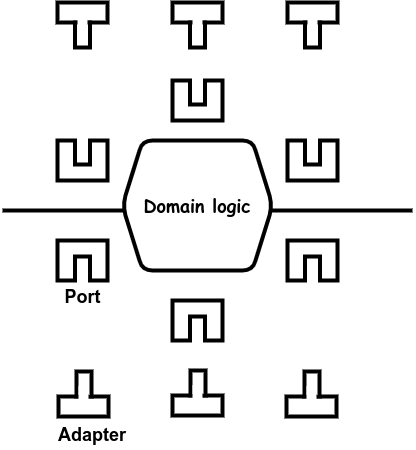
The draw.io diagram images/ports-and-adapters.drawio.png in garfix/architectural-patterns, before a commit. Source tidied: cells renumbered, new cells last; positions are measured from the earlier drawing's top-left corner, leaving out a move shared by most shapes. Source of this version:
```xml
<mxGraphModel>
  <root>
    <mxCell id="0" />
    <mxCell id="1" parent="0" />
    <mxCell id="2" style="endArrow=none;html=1;rounded=0;strokeWidth=4;" parent="1" edge="1">
      <mxGeometry relative="1" as="geometry">
        <mxPoint y="208" as="sourcePoint" />
        <mxPoint x="410" y="208" as="targetPoint" />
      </mxGeometry>
    </mxCell>
    <mxCell id="3" value="&lt;font style=&quot;font-size: 18px;&quot; face=&quot;Comic Sans MS&quot;&gt;&lt;b&gt;Domain logic&lt;/b&gt;&lt;/font&gt;" style="shape=hexagon;perimeter=hexagonPerimeter2;whiteSpace=wrap;html=1;fixedSize=1;rounded=1;strokeWidth=4;fontSize=18;" parent="1" vertex="1">
      <mxGeometry x="120" y="138" width="150" height="130" as="geometry" />
    </mxCell>
    <mxCell id="4" value="Port" style="verticalLabelPosition=bottom;html=1;verticalAlign=top;strokeWidth=4;shape=mxgraph.lean_mapping.work_cell;rotation=0;fontSize=18;fontStyle=1;" parent="1" vertex="1">
      <mxGeometry x="55" y="238" width="50" height="40" as="geometry" />
    </mxCell>
    <mxCell id="5" style="verticalLabelPosition=bottom;html=1;verticalAlign=top;strokeWidth=4;shape=mxgraph.lean_mapping.work_cell;rotation=0;fontSize=18;fontStyle=1;" parent="1" vertex="1">
      <mxGeometry x="170" y="298" width="50" height="40" as="geometry" />
    </mxCell>
    <mxCell id="6" style="verticalLabelPosition=bottom;html=1;verticalAlign=top;strokeWidth=4;shape=mxgraph.lean_mapping.work_cell;rotation=0;fontSize=18;fontStyle=1;" parent="1" vertex="1">
      <mxGeometry x="285" y="238" width="50" height="40" as="geometry" />
    </mxCell>
    <mxCell id="7" style="verticalLabelPosition=bottom;html=1;verticalAlign=top;strokeWidth=4;shape=mxgraph.lean_mapping.work_cell;rotation=-180;fontSize=18;fontStyle=1;" parent="1" vertex="1">
      <mxGeometry x="55" y="138" width="50" height="40" as="geometry" />
    </mxCell>
    <mxCell id="8" style="verticalLabelPosition=bottom;html=1;verticalAlign=top;strokeWidth=4;shape=mxgraph.lean_mapping.work_cell;rotation=-180;fontSize=18;fontStyle=1;" parent="1" vertex="1">
      <mxGeometry x="170" y="78" width="50" height="40" as="geometry" />
    </mxCell>
    <mxCell id="9" style="verticalLabelPosition=bottom;html=1;verticalAlign=top;strokeWidth=4;shape=mxgraph.lean_mapping.work_cell;rotation=-180;fontSize=18;fontStyle=1;" parent="1" vertex="1">
      <mxGeometry x="285" y="138" width="50" height="40" as="geometry" />
    </mxCell>
    <mxCell id="10" style="rounded=0;whiteSpace=wrap;html=1;strokeWidth=4;" parent="1" vertex="1">
      <mxGeometry x="55" width="50" height="20" as="geometry" />
    </mxCell>
    <mxCell id="11" style="rounded=0;whiteSpace=wrap;html=1;strokeWidth=4;comic=0;" parent="1" vertex="1">
      <mxGeometry x="72.5" y="20" width="15" height="25" as="geometry" />
    </mxCell>
    <mxCell id="12" style="rounded=0;whiteSpace=wrap;html=1;strokeColor=none;" parent="1" vertex="1">
      <mxGeometry x="75" y="10" width="10" height="20" as="geometry" />
    </mxCell>
    <mxCell id="13" value="&lt;b&gt;&lt;font style=&quot;font-size: 18px;&quot;&gt;Adapter&lt;/font&gt;&lt;/b&gt;" style="text;html=1;strokeColor=none;fillColor=none;align=center;verticalAlign=middle;whiteSpace=wrap;rounded=0;" parent="1" vertex="1">
      <mxGeometry x="60" y="418" width="60" height="30" as="geometry" />
    </mxCell>
    <mxCell id="14" style="group;rotation=-180;" parent="1" vertex="1">
      <mxGeometry x="56" y="369" width="50" height="45" as="geometry" />
    </mxCell>
    <mxCell id="15" style="rounded=0;whiteSpace=wrap;html=1;strokeWidth=4;rotation=-180;" parent="14" vertex="1">
      <mxGeometry y="25" width="50" height="20" as="geometry" />
    </mxCell>
    <mxCell id="16" style="rounded=0;whiteSpace=wrap;html=1;strokeWidth=4;comic=0;rotation=-180;" parent="14" vertex="1">
      <mxGeometry x="18" width="15" height="25" as="geometry" />
    </mxCell>
    <mxCell id="17" style="rounded=0;whiteSpace=wrap;html=1;strokeColor=none;rotation=-180;" parent="14" vertex="1">
      <mxGeometry x="20" y="15" width="10" height="20" as="geometry" />
    </mxCell>
    <mxCell id="18" style="rounded=0;whiteSpace=wrap;html=1;strokeWidth=4;" parent="1" vertex="1">
      <mxGeometry x="170" width="50" height="20" as="geometry" />
    </mxCell>
    <mxCell id="19" style="rounded=0;whiteSpace=wrap;html=1;strokeWidth=4;comic=0;" parent="1" vertex="1">
      <mxGeometry x="187.5" y="20" width="15" height="25" as="geometry" />
    </mxCell>
    <mxCell id="20" style="rounded=0;whiteSpace=wrap;html=1;strokeColor=none;" parent="1" vertex="1">
      <mxGeometry x="190" y="10" width="10" height="20" as="geometry" />
    </mxCell>
    <mxCell id="21" style="rounded=0;whiteSpace=wrap;html=1;strokeWidth=4;" parent="1" vertex="1">
      <mxGeometry x="285" width="50" height="20" as="geometry" />
    </mxCell>
    <mxCell id="22" style="rounded=0;whiteSpace=wrap;html=1;strokeWidth=4;comic=0;" parent="1" vertex="1">
      <mxGeometry x="302.5" y="20" width="15" height="25" as="geometry" />
    </mxCell>
    <mxCell id="23" style="rounded=0;whiteSpace=wrap;html=1;strokeColor=none;" parent="1" vertex="1">
      <mxGeometry x="305" y="10" width="10" height="20" as="geometry" />
    </mxCell>
    <mxCell id="24" style="group;rotation=-180;" parent="1" vertex="1">
      <mxGeometry x="170" y="368" width="50" height="45" as="geometry" />
    </mxCell>
    <mxCell id="25" style="rounded=0;whiteSpace=wrap;html=1;strokeWidth=4;rotation=-180;" parent="24" vertex="1">
      <mxGeometry y="25" width="50" height="20" as="geometry" />
    </mxCell>
    <mxCell id="26" style="rounded=0;whiteSpace=wrap;html=1;strokeWidth=4;comic=0;rotation=-180;" parent="24" vertex="1">
      <mxGeometry x="18" width="15" height="25" as="geometry" />
    </mxCell>
    <mxCell id="27" style="rounded=0;whiteSpace=wrap;html=1;strokeColor=none;rotation=-180;" parent="24" vertex="1">
      <mxGeometry x="20" y="15" width="10" height="20" as="geometry" />
    </mxCell>
    <mxCell id="28" style="group;rotation=-180;" parent="1" vertex="1">
      <mxGeometry x="284" y="369" width="50" height="45" as="geometry" />
    </mxCell>
    <mxCell id="29" style="rounded=0;whiteSpace=wrap;html=1;strokeWidth=4;rotation=-180;" parent="28" vertex="1">
      <mxGeometry y="25" width="50" height="20" as="geometry" />
    </mxCell>
    <mxCell id="30" style="rounded=0;whiteSpace=wrap;html=1;strokeWidth=4;comic=0;rotation=-180;" parent="28" vertex="1">
      <mxGeometry x="18" width="15" height="25" as="geometry" />
    </mxCell>
    <mxCell id="31" style="rounded=0;whiteSpace=wrap;html=1;strokeColor=none;rotation=-180;" parent="28" vertex="1">
      <mxGeometry x="20" y="15" width="10" height="20" as="geometry" />
    </mxCell>
  </root>
</mxGraphModel>
```
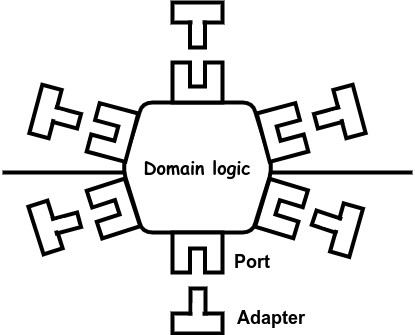
After the commit.

Commit message:
ports diagram

Diff of the diagram source:
```diff
@@ -11,68 +11,23 @@
     <mxCell id="3" value="&lt;font style=&quot;font-size: 18px;&quot; face=&quot;Comic Sans MS&quot;&gt;&lt;b&gt;Domain logic&lt;/b&gt;&lt;/font&gt;" style="shape=hexagon;perimeter=hexagonPerimeter2;whiteSpace=wrap;html=1;fixedSize=1;rounded=1;strokeWidth=4;fontSize=18;" parent="1" vertex="1">
       <mxGeometry x="120" y="138" width="150" height="130" as="geometry" />
     </mxCell>
-    <mxCell id="4" value="Port" style="verticalLabelPosition=bottom;html=1;verticalAlign=top;strokeWidth=4;shape=mxgraph.lean_mapping.work_cell;rotation=0;fontSize=18;fontStyle=1;" parent="1" vertex="1">
-      <mxGeometry x="55" y="238" width="50" height="40" as="geometry" />
-    </mxCell>
     <mxCell id="5" style="verticalLabelPosition=bottom;html=1;verticalAlign=top;strokeWidth=4;shape=mxgraph.lean_mapping.work_cell;rotation=0;fontSize=18;fontStyle=1;" parent="1" vertex="1">
-      <mxGeometry x="170" y="298" width="50" height="40" as="geometry" />
+      <mxGeometry x="170" y="268" width="50" height="40" as="geometry" />
     </mxCell>
-    <mxCell id="6" style="verticalLabelPosition=bottom;html=1;verticalAlign=top;strokeWidth=4;shape=mxgraph.lean_mapping.work_cell;rotation=0;fontSize=18;fontStyle=1;" parent="1" vertex="1">
-      <mxGeometry x="285" y="238" width="50" height="40" as="geometry" />
-    </mxCell>
-    <mxCell id="7" style="verticalLabelPosition=bottom;html=1;verticalAlign=top;strokeWidth=4;shape=mxgraph.lean_mapping.work_cell;rotation=-180;fontSize=18;fontStyle=1;" parent="1" vertex="1">
-      <mxGeometry x="55" y="138" width="50" height="40" as="geometry" />
+    <mxCell id="7" style="verticalLabelPosition=bottom;html=1;verticalAlign=top;strokeWidth=4;shape=mxgraph.lean_mapping.work_cell;rotation=105;fontSize=18;fontStyle=1;" parent="1" vertex="1">
+      <mxGeometry x="85" y="148" width="50" height="40" as="geometry" />
     </mxCell>
     <mxCell id="8" style="verticalLabelPosition=bottom;html=1;verticalAlign=top;strokeWidth=4;shape=mxgraph.lean_mapping.work_cell;rotation=-180;fontSize=18;fontStyle=1;" parent="1" vertex="1">
-      <mxGeometry x="170" y="78" width="50" height="40" as="geometry" />
+      <mxGeometry x="170" y="98" width="50" height="40" as="geometry" />
     </mxCell>
-    <mxCell id="9" style="verticalLabelPosition=bottom;html=1;verticalAlign=top;strokeWidth=4;shape=mxgraph.lean_mapping.work_cell;rotation=-180;fontSize=18;fontStyle=1;" parent="1" vertex="1">
-      <mxGeometry x="285" y="138" width="50" height="40" as="geometry" />
+    <mxCell id="9" style="verticalLabelPosition=bottom;html=1;verticalAlign=top;strokeWidth=4;shape=mxgraph.lean_mapping.work_cell;rotation=-105;fontSize=18;fontStyle=1;direction=east;" parent="1" vertex="1">
+      <mxGeometry x="255" y="148" width="50" height="40" as="geometry" />
     </mxCell>
-    <mxCell id="10" style="rounded=0;whiteSpace=wrap;html=1;strokeWidth=4;" parent="1" vertex="1">
-      <mxGeometry x="55" width="50" height="20" as="geometry" />
-    </mxCell>
-    <mxCell id="11" style="rounded=0;whiteSpace=wrap;html=1;strokeWidth=4;comic=0;" parent="1" vertex="1">
-      <mxGeometry x="72.5" y="20" width="15" height="25" as="geometry" />
-    </mxCell>
-    <mxCell id="12" style="rounded=0;whiteSpace=wrap;html=1;strokeColor=none;" parent="1" vertex="1">
-      <mxGeometry x="75" y="10" width="10" height="20" as="geometry" />
-    </mxCell>
-    <mxCell id="13" value="&lt;b&gt;&lt;font style=&quot;font-size: 18px;&quot;&gt;Adapter&lt;/font&gt;&lt;/b&gt;" style="text;html=1;strokeColor=none;fillColor=none;align=center;verticalAlign=middle;whiteSpace=wrap;rounded=0;" parent="1" vertex="1">
-      <mxGeometry x="60" y="418" width="60" height="30" as="geometry" />
+    <mxCell id="13" value="&lt;b&gt;&lt;font style=&quot;font-size: 18px;&quot;&gt;Port&lt;/font&gt;&lt;/b&gt;" style="text;html=1;strokeColor=none;fillColor=none;align=center;verticalAlign=middle;whiteSpace=wrap;rounded=0;" parent="1" vertex="1">
+      <mxGeometry x="220" y="283" width="60" height="30" as="geometry" />
     </mxCell>
-    <mxCell id="14" style="group;rotation=-180;" parent="1" vertex="1">
-      <mxGeometry x="56" y="369" width="50" height="45" as="geometry" />
-    </mxCell>
-    <mxCell id="15" style="rounded=0;whiteSpace=wrap;html=1;strokeWidth=4;rotation=-180;" parent="14" vertex="1">
-      <mxGeometry y="25" width="50" height="20" as="geometry" />
-    </mxCell>
-    <mxCell id="16" style="rounded=0;whiteSpace=wrap;html=1;strokeWidth=4;comic=0;rotation=-180;" parent="14" vertex="1">
-      <mxGeometry x="18" width="15" height="25" as="geometry" />
-    </mxCell>
-    <mxCell id="17" style="rounded=0;whiteSpace=wrap;html=1;strokeColor=none;rotation=-180;" parent="14" vertex="1">
-      <mxGeometry x="20" y="15" width="10" height="20" as="geometry" />
-    </mxCell>
-    <mxCell id="18" style="rounded=0;whiteSpace=wrap;html=1;strokeWidth=4;" parent="1" vertex="1">
-      <mxGeometry x="170" width="50" height="20" as="geometry" />
-    </mxCell>
-    <mxCell id="19" style="rounded=0;whiteSpace=wrap;html=1;strokeWidth=4;comic=0;" parent="1" vertex="1">
-      <mxGeometry x="187.5" y="20" width="15" height="25" as="geometry" />
-    </mxCell>
-    <mxCell id="20" style="rounded=0;whiteSpace=wrap;html=1;strokeColor=none;" parent="1" vertex="1">
-      <mxGeometry x="190" y="10" width="10" height="20" as="geometry" />
-    </mxCell>
-    <mxCell id="21" style="rounded=0;whiteSpace=wrap;html=1;strokeWidth=4;" parent="1" vertex="1">
-      <mxGeometry x="285" width="50" height="20" as="geometry" />
-    </mxCell>
-    <mxCell id="22" style="rounded=0;whiteSpace=wrap;html=1;strokeWidth=4;comic=0;" parent="1" vertex="1">
-      <mxGeometry x="302.5" y="20" width="15" height="25" as="geometry" />
-    </mxCell>
-    <mxCell id="23" style="rounded=0;whiteSpace=wrap;html=1;strokeColor=none;" parent="1" vertex="1">
-      <mxGeometry x="305" y="10" width="10" height="20" as="geometry" />
-    </mxCell>
     <mxCell id="24" style="group;rotation=-180;" parent="1" vertex="1">
-      <mxGeometry x="170" y="368" width="50" height="45" as="geometry" />
+      <mxGeometry x="170" y="324" width="50" height="45" as="geometry" />
     </mxCell>
     <mxCell id="25" style="rounded=0;whiteSpace=wrap;html=1;strokeWidth=4;rotation=-180;" parent="24" vertex="1">
       <mxGeometry y="25" width="50" height="20" as="geometry" />
@@ -83,17 +38,74 @@
     <mxCell id="27" style="rounded=0;whiteSpace=wrap;html=1;strokeColor=none;rotation=-180;" parent="24" vertex="1">
       <mxGeometry x="20" y="15" width="10" height="20" as="geometry" />
     </mxCell>
-    <mxCell id="28" style="group;rotation=-180;" parent="1" vertex="1">
-      <mxGeometry x="284" y="369" width="50" height="45" as="geometry" />
-    </mxCell>
-    <mxCell id="29" style="rounded=0;whiteSpace=wrap;html=1;strokeWidth=4;rotation=-180;" parent="28" vertex="1">
-      <mxGeometry y="25" width="50" height="20" as="geometry" />
-    </mxCell>
-    <mxCell id="30" style="rounded=0;whiteSpace=wrap;html=1;strokeWidth=4;comic=0;rotation=-180;" parent="28" vertex="1">
-      <mxGeometry x="18" width="15" height="25" as="geometry" />
-    </mxCell>
-    <mxCell id="31" style="rounded=0;whiteSpace=wrap;html=1;strokeColor=none;rotation=-180;" parent="28" vertex="1">
-      <mxGeometry x="20" y="15" width="10" height="20" as="geometry" />
-    </mxCell>
+    <mxCell id="32" style="group;rotation=75;" parent="1" vertex="1">
+      <mxGeometry x="310" y="128" width="50" height="45" as="geometry" />
+    </mxCell>
+    <mxCell id="21" style="rounded=0;whiteSpace=wrap;html=1;strokeWidth=4;rotation=75;" parent="32" vertex="1">
+      <mxGeometry x="12" y="9" width="50" height="20" as="geometry" />
+    </mxCell>
+    <mxCell id="22" style="rounded=0;whiteSpace=wrap;html=1;strokeWidth=4;comic=0;rotation=75;" parent="32" vertex="1">
+      <mxGeometry x="8" y="13" width="15" height="25" as="geometry" />
+    </mxCell>
+    <mxCell id="23" style="rounded=0;whiteSpace=wrap;html=1;strokeColor=none;rotation=75;" parent="32" vertex="1">
+      <mxGeometry x="22" y="12" width="10" height="20" as="geometry" />
+    </mxCell>
+    <mxCell id="33" style="group;rotation=-75;" parent="1" vertex="1">
+      <mxGeometry x="30" y="128" width="50" height="45" as="geometry" />
+    </mxCell>
+    <mxCell id="10" style="rounded=0;whiteSpace=wrap;html=1;strokeWidth=4;rotation=-75;" parent="33" vertex="1">
+      <mxGeometry x="-12" y="9" width="50" height="20" as="geometry" />
+    </mxCell>
+    <mxCell id="11" style="rounded=0;whiteSpace=wrap;html=1;strokeWidth=4;comic=0;rotation=-75;" parent="33" vertex="1">
+      <mxGeometry x="27" y="13" width="15" height="25" as="geometry" />
+    </mxCell>
+    <mxCell id="12" style="rounded=0;whiteSpace=wrap;html=1;strokeColor=none;rotation=-75;" parent="33" vertex="1">
+      <mxGeometry x="18" y="12" width="10" height="20" as="geometry" />
+    </mxCell>
+    <mxCell id="34" style="group;" parent="1" vertex="1">
+      <mxGeometry x="170" y="38" width="50" height="45" as="geometry" />
+    </mxCell>
+    <mxCell id="18" style="rounded=0;whiteSpace=wrap;html=1;strokeWidth=4;" parent="34" vertex="1">
+      <mxGeometry width="50" height="20" as="geometry" />
+    </mxCell>
+    <mxCell id="19" style="rounded=0;whiteSpace=wrap;html=1;strokeWidth=4;comic=0;" parent="34" vertex="1">
+      <mxGeometry x="17.5" y="20" width="15" height="25" as="geometry" />
+    </mxCell>
+    <mxCell id="20" style="rounded=0;whiteSpace=wrap;html=1;strokeColor=none;" parent="34" vertex="1">
+      <mxGeometry x="20" y="10" width="10" height="20" as="geometry" />
+    </mxCell>
+    <mxCell id="35" style="verticalLabelPosition=bottom;html=1;verticalAlign=top;strokeWidth=4;shape=mxgraph.lean_mapping.work_cell;rotation=-163.1;fontSize=18;fontStyle=1;direction=south;" parent="1" vertex="1">
+      <mxGeometry x="259" y="219" width="40" height="50" as="geometry" />
+    </mxCell>
+    <mxCell id="36" style="verticalLabelPosition=bottom;html=1;verticalAlign=top;strokeWidth=4;shape=mxgraph.lean_mapping.work_cell;rotation=-18;fontSize=18;fontStyle=1;direction=south;" parent="1" vertex="1">
+      <mxGeometry x="91" y="219" width="40" height="50" as="geometry" />
+    </mxCell>
+    <mxCell id="37" style="group;rotation=-105;" parent="1" vertex="1">
+      <mxGeometry x="30" y="238" width="50" height="45" as="geometry" />
+    </mxCell>
+    <mxCell id="38" style="rounded=0;whiteSpace=wrap;html=1;strokeWidth=4;rotation=-107.7;" parent="37" vertex="1">
+      <mxGeometry x="-12" y="15" width="50" height="20" as="geometry" />
+    </mxCell>
+    <mxCell id="39" style="rounded=0;whiteSpace=wrap;html=1;strokeWidth=4;comic=0;rotation=-105;" parent="37" vertex="1">
+      <mxGeometry x="27" y="8" width="15" height="25" as="geometry" />
+    </mxCell>
+    <mxCell id="40" style="rounded=0;whiteSpace=wrap;html=1;strokeColor=none;rotation=-105;" parent="37" vertex="1">
+      <mxGeometry x="18" y="13" width="10" height="20" as="geometry" />
+    </mxCell>
+    <mxCell id="41" style="group;rotation=-146.5;" parent="1" vertex="1">
+      <mxGeometry x="310" y="233.6" width="52.6" height="53.7" as="geometry" />
+    </mxCell>
+    <mxCell id="42" style="rounded=0;whiteSpace=wrap;html=1;strokeWidth=4;rotation=-254.2;" parent="41" vertex="1">
+      <mxGeometry x="9" y="22" width="50" height="20" as="geometry" />
+    </mxCell>
+    <mxCell id="43" style="rounded=0;whiteSpace=wrap;html=1;strokeWidth=4;comic=0;rotation=-251.5;" parent="41" vertex="1">
+      <mxGeometry x="6" y="11" width="15" height="25" as="geometry" />
+    </mxCell>
+    <mxCell id="44" style="rounded=0;whiteSpace=wrap;html=1;strokeColor=none;rotation=105;" parent="41" vertex="1">
+      <mxGeometry x="14" y="15.4" width="10" height="20" as="geometry" />
+    </mxCell>
+    <mxCell id="45" value="&lt;b&gt;&lt;font style=&quot;font-size: 18px;&quot;&gt;Adapter&lt;/font&gt;&lt;/b&gt;" style="text;html=1;strokeColor=none;fillColor=none;align=center;verticalAlign=middle;whiteSpace=wrap;rounded=0;" parent="1" vertex="1">
+      <mxGeometry x="239" y="339" width="60" height="30" as="geometry" />
+    </mxCell>
   </root>
 </mxGraphModel>
```
